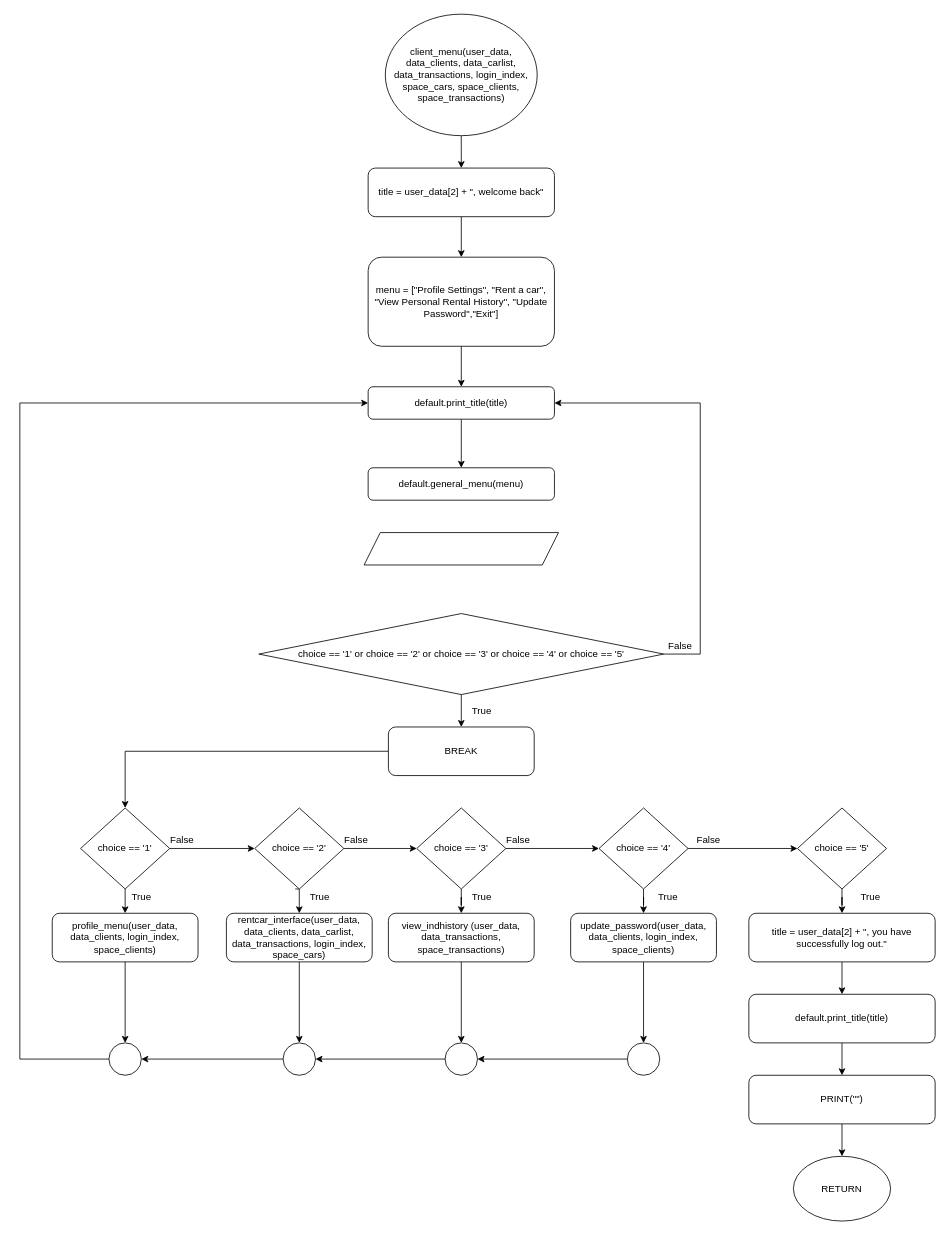
Before: Flowchart/clients/client_menu.drawio in RabbitBear00/Car-Rental-System, a draw.io diagram. Source tidied: cells renumbered, new cells numbered last; positions are measured from the earlier drawing's top-left corner, leaving out a move shared by most shapes. Both pictures are drawn from the tidied source at 81%, with x=0, y=0 at pixel (19, 14).
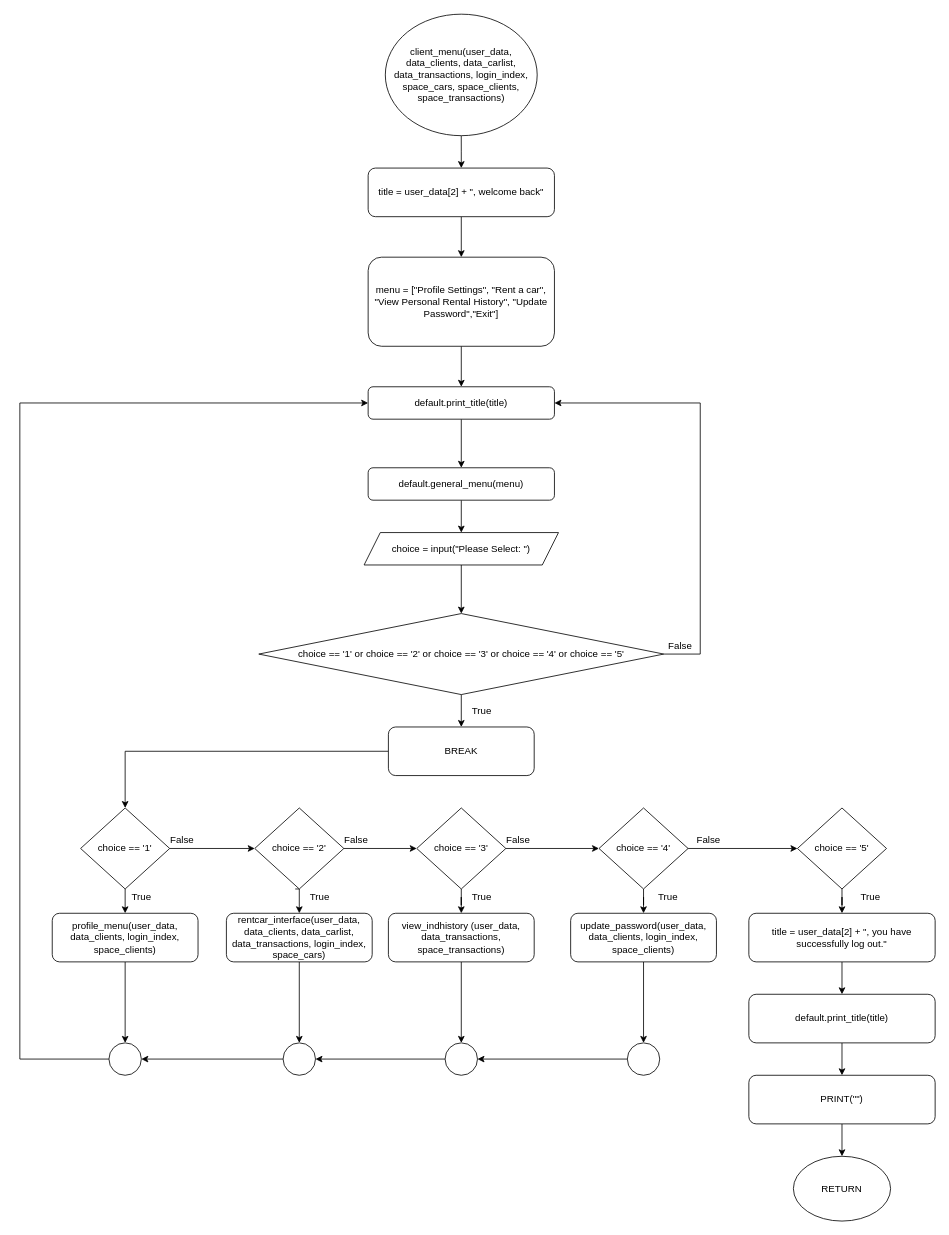
The same page after the edit.

Unchanged cells that the change refers to:
```xml
<mxCell id="31" value="choice == '1' or choice == '2' or choice == '3' or choice == '4' or choice == '5'" style="rhombus;whiteSpace=wrap;html=1;" parent="1" vertex="1">
  <mxGeometry x="295" y="740" width="500" height="100" as="geometry" />
</mxCell>
<mxCell id="44" value="default.general_menu(menu)" style="rounded=1;whiteSpace=wrap;html=1;" parent="1" vertex="1">
  <mxGeometry x="430" y="560" width="230" height="40" as="geometry" />
</mxCell>
```

Diff of the diagram source:
```diff
@@
+    <mxCell id="65" style="edgeStyle=orthogonalEdgeStyle;rounded=0;jettySize=auto;html=1;startArrow=none;startFill=0;endArrow=classic;endFill=1;" parent="1" edge="1" source="44" target="64">
+      <mxGeometry relative="1" as="geometry" />
+    </mxCell>
@@
+    <mxCell id="66" style="edgeStyle=orthogonalEdgeStyle;rounded=0;jettySize=auto;html=1;startArrow=none;startFill=0;endArrow=classic;endFill=1;" parent="1" edge="1" source="64" target="31">
+      <mxGeometry relative="1" as="geometry" />
+    </mxCell>
-    <mxCell id="64" style="shape=parallelogram;perimeter=parallelogramPerimeter;whiteSpace=wrap;html=1;fixedSize=1;" parent="1" vertex="1">
+    <mxCell id="64" value="choice = input(&quot;Please Select: &quot;)" style="shape=parallelogram;perimeter=parallelogramPerimeter;whiteSpace=wrap;html=1;fixedSize=1;" parent="1" vertex="1">
       <mxGeometry x="425" y="640" width="240" height="40" as="geometry" />
     </mxCell>
```
